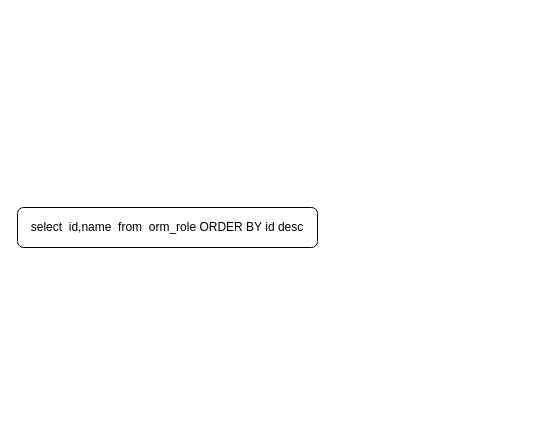
sxm99/sqldag keeps this draw.io diagram as select.drawio. Above is the earlier version. Source tidied: cells renumbered, new cells numbered last; positions are measured from the earlier drawing's top-left corner, leaving out a move shared by most shapes. Both pictures are drawn from the tidied source at 100%, with x=0, y=0 at pixel (17, 207).
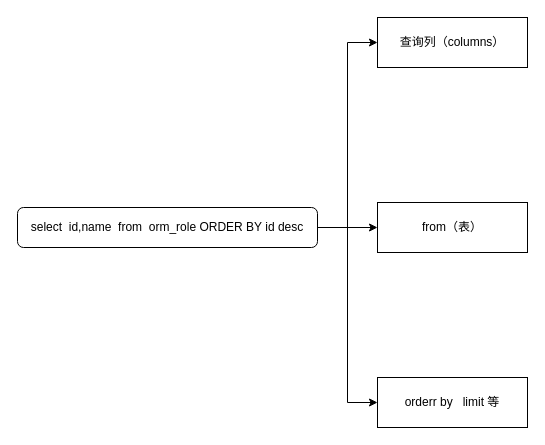
After the change.

Diff of the diagram source:
```diff
@@
 <mxGraphModel>
   <root>
     <mxCell id="0" />
     <mxCell id="1" parent="0" />
+    <mxCell id="3" style="edgeStyle=orthogonalEdgeStyle;rounded=0;jettySize=auto;html=1;entryX=0;entryY=0.5;entryDx=0;entryDy=0;" parent="1" edge="1" source="2" target="7">
+      <mxGeometry relative="1" as="geometry" />
+    </mxCell>
+    <mxCell id="4" style="edgeStyle=orthogonalEdgeStyle;rounded=0;jettySize=auto;html=1;entryX=0;entryY=0.5;entryDx=0;entryDy=0;" parent="1" edge="1" source="2" target="8">
+      <mxGeometry relative="1" as="geometry" />
+    </mxCell>
+    <mxCell id="5" style="edgeStyle=orthogonalEdgeStyle;rounded=0;jettySize=auto;html=1;entryX=0;entryY=0.5;entryDx=0;entryDy=0;" parent="1" edge="1" source="2" target="6">
+      <mxGeometry relative="1" as="geometry" />
+    </mxCell>
     <mxCell id="2" value="select&amp;nbsp; id,name&amp;nbsp; from&amp;nbsp; orm_role &#9;ORDER BY id desc" style="rounded=1;whiteSpace=wrap;html=1;fontSize=12;glass=0;strokeWidth=1;shadow=0;" parent="1" vertex="1">
       <mxGeometry width="300" height="40" as="geometry" />
     </mxCell>
+    <mxCell id="6" value="查询列（columns）" style="rounded=0;whiteSpace=wrap;html=1;" parent="1" vertex="1">
+      <mxGeometry x="360" y="-190" width="150" height="50" as="geometry" />
+    </mxCell>
+    <mxCell id="7" value="from（表）" style="rounded=0;whiteSpace=wrap;html=1;" parent="1" vertex="1">
+      <mxGeometry x="360" y="-5" width="150" height="50" as="geometry" />
+    </mxCell>
+    <mxCell id="8" value="orderr by&amp;nbsp; &amp;nbsp;limit 等" style="rounded=0;whiteSpace=wrap;html=1;" parent="1" vertex="1">
+      <mxGeometry x="360" y="170" width="150" height="50" as="geometry" />
+    </mxCell>
   </root>
 </mxGraphModel>
```
